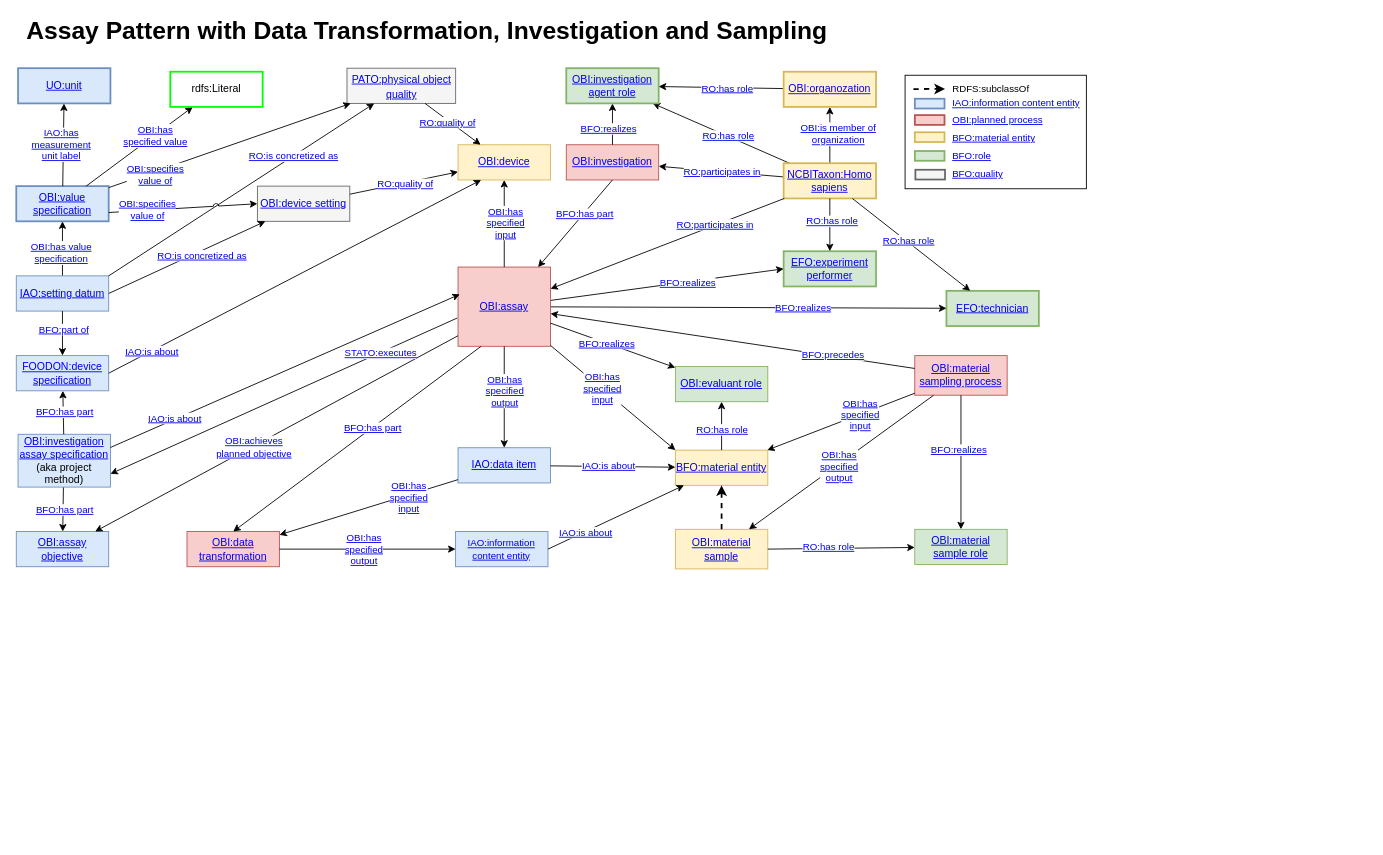
NFDI4Chem/VibrationalSpectroscopyOntology keeps this draw.io diagram as page "Extended Assay Pattern" (5 of 6) of docs/images/VIBSO_T-Box_graph_views.drawio. Above is the earlier version. Source tidied: cells renumbered, new cells numbered last; positions are measured from the earlier drawing's top-left corner, leaving out a move shared by most shapes. Both pictures are drawn from the tidied source at 88%, with x=0, y=0 at pixel (16, 17).
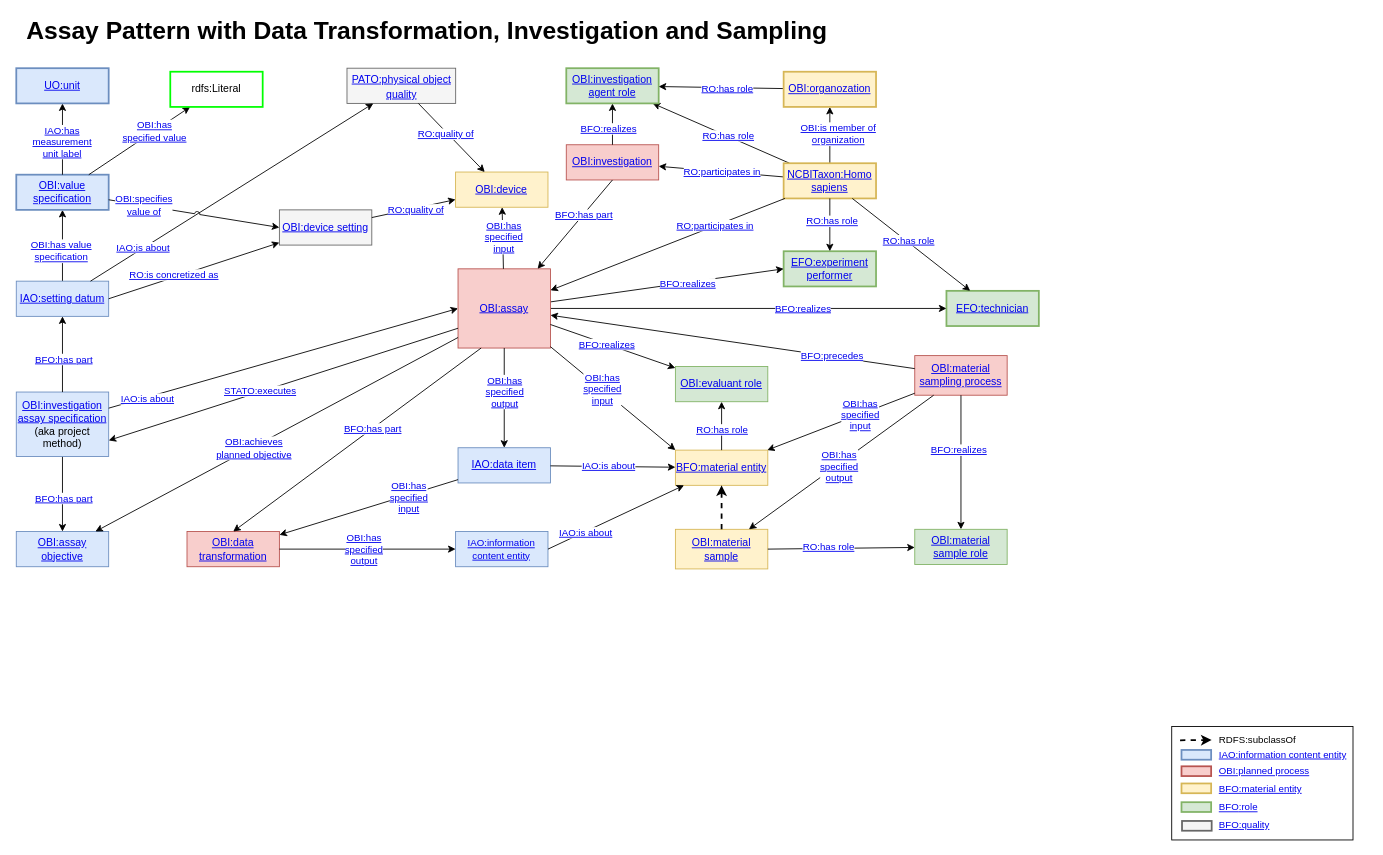
After the change.

The change refers to these unchanged cells:
```xml
<mxCell id="85" value="&lt;a href=&quot;https://terminology.nfdi4chem.de/ts/ontologies/pato/terms?iri=http%3A%2F%2Fpurl.obolibrary.org%2Fobo%2FPATO_0001241&quot;&gt;&lt;font style=&quot;font-size: 12px;&quot;&gt;PATO:physical object quality&lt;/font&gt;&lt;/a&gt;" style="rounded=0;whiteSpace=wrap;html=1;glass=0;fillColor=#f5f5f5;fontStyle=0;fontSize=14;shadow=0;strokeColor=#666666;strokeWidth=1;fontColor=#333333;fontFamily=Helvetica;" parent="1" vertex="1">
  <mxGeometry x="375.8" y="58" width="123.5" height="40" as="geometry" />
</mxCell>
<mxCell id="93" style="rounded=0;jettySize=auto;html=1;jumpStyle=arc;fontColor=#000000;strokeColor=#000000;" parent="1" edge="1" source="90" target="96">
  <mxGeometry relative="1" as="geometry" />
</mxCell>
<mxCell id="112" style="rounded=0;jettySize=auto;html=1;exitX=1;exitY=0.5;exitDx=0;exitDy=0;" parent="1" edge="1" source="54" target="51">
  <mxGeometry relative="1" as="geometry" />
</mxCell>
```

The edit, as a diff of the source:
```diff
@@
     <mxCell id="44" value="&lt;div&gt;&lt;a href=&quot;https://terminology.nfdi4chem.de/ts/ontologies/obi/terms?iri=http%3A%2F%2Fpurl.obolibrary.org%2Fobo%2FOBI_0000070&quot;&gt;OBI:assay&lt;/a&gt;&lt;/div&gt;" style="rounded=0;whiteSpace=wrap;html=1;fillColor=#f8cecc;strokeColor=#b85450;" parent="1" vertex="1">
-      <mxGeometry x="502" y="284" width="105" height="90" as="geometry" />
+      <mxGeometry x="502" y="286" width="105" height="90" as="geometry" />
     </mxCell>
@@
     <mxCell id="48" value="&lt;a href=&quot;https://terminology.nfdi4chem.de/ts/ontologies/obi/terms?iri=http%3A%2F%2Fpurl.obolibrary.org%2Fobo%2FOBI_0000968&quot;&gt;OBI:device&lt;/a&gt;" style="rounded=0;whiteSpace=wrap;html=1;fillColor=#fff2cc;strokeColor=#d6b656;" parent="1" vertex="1">
-      <mxGeometry x="502" y="145" width="105" height="40" as="geometry" />
+      <mxGeometry x="499.2" y="176" width="105" height="40" as="geometry" />
     </mxCell>
-    <mxCell id="49" style="rounded=0;jettySize=auto;html=1;jumpStyle=arc;strokeColor=#000000;fontColor=#000000;entryX=0.5;entryY=1;entryDx=0;entryDy=0;" parent="1" edge="1" source="44" target="48">
+    <mxCell id="49" style="rounded=0;jettySize=auto;html=1;jumpStyle=arc;strokeColor=#000000;fontColor=#000000;" parent="1" edge="1" source="44" target="48">
       <mxGeometry relative="1" as="geometry" />
     </mxCell>
@@
     <mxCell id="51" value="&lt;a href=&quot;https://terminology.nfdi4chem.de/ts/ontologies/obi/terms?iri=http%3A%2F%2Fpurl.obolibrary.org%2Fobo%2FOBI_0000654&quot;&gt;OBI:device setting&lt;/a&gt;" style="rounded=0;whiteSpace=wrap;html=1;fillColor=#f5f5f5;strokeColor=#666666;fontColor=#333333;" parent="1" vertex="1">
-      <mxGeometry x="274" y="192" width="105" height="40" as="geometry" />
+      <mxGeometry x="299" y="219" width="105" height="40" as="geometry" />
     </mxCell>
@@
     <mxCell id="54" value="&lt;div&gt;&lt;div&gt;&lt;a href=&quot;https://terminology.nfdi4chem.de/ts/ontologies/vibso/terms?iri=http%3A%2F%2Fpurl.obolibrary.org%2Fobo%2FIAO_0000140&quot;&gt;IAO:setting datum&lt;/a&gt;&lt;br&gt;&lt;/div&gt;&lt;/div&gt;" style="rounded=0;whiteSpace=wrap;html=1;fillColor=#dae8fc;strokeColor=#6c8ebf;arcSize=15;glass=0;shadow=0;" parent="1" vertex="1">
-      <mxGeometry y="294" width="105" height="40" as="geometry" />
+      <mxGeometry y="300" width="105" height="40" as="geometry" />
     </mxCell>
@@
     <mxCell id="69" value="&lt;div&gt;&lt;a href=&quot;https://terminology.nfdi4chem.de/ts/ontologies/obi/terms?iri=http%3A%2F%2Fpurl.obolibrary.org%2Fobo%2FOBI_0001896&quot;&gt;OBI:investigation&lt;/a&gt;&lt;/div&gt;&lt;div&gt;&lt;a href=&quot;https://terminology.nfdi4chem.de/ts/ontologies/obi/terms?iri=http%3A%2F%2Fpurl.obolibrary.org%2Fobo%2FOBI_0001896&quot;&gt;assay specification&lt;/a&gt;&lt;/div&gt;&lt;div&gt;(aka project method)&lt;/div&gt;" style="rounded=0;whiteSpace=wrap;html=1;fillColor=#dae8fc;strokeColor=#6c8ebf;" parent="1" vertex="1">
-      <mxGeometry x="2" y="474" width="105" height="60" as="geometry" />
+      <mxGeometry y="426" width="105" height="73.3" as="geometry" />
     </mxCell>
-    <mxCell id="70" style="rounded=0;jettySize=auto;html=1;exitX=1;exitY=0.25;exitDx=0;exitDy=0;entryX=0.019;entryY=0.344;entryDx=0;entryDy=0;entryPerimeter=0;" parent="1" edge="1" source="69" target="44">
+    <mxCell id="70" style="rounded=0;jettySize=auto;html=1;exitX=1;exitY=0.25;exitDx=0;exitDy=0;entryX=0;entryY=0.5;entryDx=0;entryDy=0;" parent="1" edge="1" source="69" target="44">
       <mxGeometry relative="1" as="geometry" />
     </mxCell>
     <mxCell id="71" value="&lt;div&gt;&lt;a href=&quot;https://terminology.nfdi4chem.de/ts/ontologies/iao/props?iri=http%3A%2F%2Fpurl.obolibrary.org%2Fobo%2FIAO_0000136&quot;&gt;IAO:is about&lt;/a&gt;&lt;/div&gt;" style="edgeLabel;html=1;align=center;verticalAlign=middle;" parent="70" vertex="1">
-      <mxGeometry x="-0.63" y="1" relative="1" as="geometry" />
+      <mxGeometry x="-0.63" y="1" relative="1" as="geometry">
+        <mxPoint x="-29" y="11" as="offset" />
+      </mxGeometry>
     </mxCell>
@@
-    <mxCell id="80" style="rounded=0;jettySize=auto;html=1;jumpStyle=arc;fontColor=#000000;strokeColor=#000000;" parent="1" edge="1" source="69" target="84">
-      <mxGeometry relative="1" as="geometry" />
-    </mxCell>
-    <mxCell id="81" value="&lt;div&gt;&lt;a href=&quot;https://terminology.nfdi4chem.de/ts/ontologies/ro/props?iri=http%3A%2F%2Fpurl.obolibrary.org%2Fobo%2FBFO_0000051&quot;&gt;BFO:has part&lt;/a&gt;&lt;/div&gt;" style="edgeLabel;html=1;align=center;verticalAlign=middle;fontColor=#000000;" parent="80" vertex="1">
-      <mxGeometry x="-0.21" y="1" relative="1" as="geometry">
-        <mxPoint x="2" y="-6" as="offset" />
-      </mxGeometry>
-    </mxCell>
-    <mxCell id="82" style="rounded=0;jettySize=auto;html=1;strokeColor=#000000;fontColor=#000000;entryX=1;entryY=0.75;entryDx=0;entryDy=0;exitX=-0.01;exitY=0.644;exitDx=0;exitDy=0;exitPerimeter=0;" parent="1" edge="1" source="44" target="69">
+    <mxCell id="82" style="rounded=0;jettySize=auto;html=1;strokeColor=#000000;fontColor=#000000;entryX=1;entryY=0.75;entryDx=0;entryDy=0;exitX=0;exitY=0.75;exitDx=0;exitDy=0;" parent="1" edge="1" source="44" target="69">
       <mxGeometry relative="1" as="geometry" />
     </mxCell>
     <mxCell id="83" value="&lt;a href=&quot;https://terminology.tib.eu/ts/ontologies/ms/props?iri=http%3A%2F%2Fpurl.obolibrary.org%2Fobo%2FSTATO_0000102&quot;&gt;STATO:executes&lt;/a&gt;" style="edgeLabel;html=1;align=center;verticalAlign=middle;fontColor=#000000;" parent="82" vertex="1">
       <mxGeometry x="-0.23" y="-1" relative="1" as="geometry">
-        <mxPoint x="64" y="-28" as="offset" />
+        <mxPoint x="-72" y="23" as="offset" />
       </mxGeometry>
     </mxCell>
-    <mxCell id="84" value="&lt;a href=&quot;https://www.ebi.ac.uk/ols4/ontologies/foodon/classes/http%253A%252F%252Fpurl.obolibrary.org%252Fobo%252FFOODON_00004086&quot;&gt;&lt;span class=&quot;text-2xl mr-3&quot;&gt;FOODON:device specification&lt;/span&gt;&lt;/a&gt;" style="text;whiteSpace=wrap;html=1;fillColor=#dae8fc;strokeColor=#6c8ebf;align=center;verticalAlign=middle;" parent="1" vertex="1">
-      <mxGeometry y="384.6" width="105" height="40" as="geometry" />
-    </mxCell>
@@
-    <mxCell id="88" style="rounded=0;jettySize=auto;html=1;exitX=1;exitY=0;exitDx=0;exitDy=0;" parent="1" edge="1" source="54" target="85">
-      <mxGeometry relative="1" as="geometry" />
-    </mxCell>
-    <mxCell id="89" value="&lt;a href=&quot;https://terminology.nfdi4chem.de/ts/ontologies/ro/props?iri=http%3A%2F%2Fpurl.obolibrary.org%2Fobo%2FRO_0000058&quot;&gt;RO:is concretized as&lt;/a&gt;" style="edgeLabel;html=1;align=center;verticalAlign=middle;" parent="88" vertex="1">
-      <mxGeometry x="0.39" relative="1" as="geometry" />
-    </mxCell>
     <mxCell id="90" value="&lt;a href=&quot;https://terminology.nfdi4chem.de/ts/ontologies/obi/terms?iri=http%3A%2F%2Fpurl.obolibrary.org%2Fobo%2FOBI_0001933&quot;&gt;OBI:value specification&lt;/a&gt;" style="rounded=0;whiteSpace=wrap;html=1;fontSize=12;fontFamily=Helvetica;fillColor=#dae8fc;strokeColor=#6c8ebf;strokeWidth=2;" parent="1" vertex="1">
-      <mxGeometry y="192" width="105" height="40" as="geometry" />
+      <mxGeometry y="179" width="105" height="40" as="geometry" />
     </mxCell>
-    <mxCell id="91" style="rounded=0;jettySize=auto;html=1;jumpStyle=arc;exitX=1;exitY=0.75;exitDx=0;exitDy=0;entryX=0;entryY=0.5;entryDx=0;entryDy=0;" parent="1" edge="1" source="90" target="51">
-      <mxGeometry relative="1" as="geometry" />
-    </mxCell>
-    <mxCell id="92" value="&lt;div style=&quot;font-size: 11px;&quot;&gt;&lt;a href=&quot;https://terminology.nfdi4chem.de/ts/ontologies/obi/props?iri=http%3A%2F%2Fpurl.obolibrary.org%2Fobo%2FOBI_0001927&quot;&gt;&lt;font style=&quot;font-size: 11px;&quot;&gt;OBI:specifies&lt;/font&gt;&lt;/a&gt;&lt;/div&gt;&lt;div style=&quot;font-size: 11px;&quot;&gt;&lt;a href=&quot;https://terminology.nfdi4chem.de/ts/ontologies/obi/props?iri=http%3A%2F%2Fpurl.obolibrary.org%2Fobo%2FOBI_0001927&quot;&gt;&lt;font style=&quot;font-size: 11px;&quot;&gt;value of&lt;/font&gt;&lt;/a&gt;&lt;/div&gt;" style="edgeLabel;html=1;align=center;verticalAlign=middle;" parent="91" vertex="1">
-      <mxGeometry x="-0.56" y="1" relative="1" as="geometry">
-        <mxPoint x="7" as="offset" />
-      </mxGeometry>
-    </mxCell>
@@
     <mxCell id="95" value="&lt;div&gt;&lt;a href=&quot;https://terminology.nfdi4chem.de/ts/ontologies/iao/props?iri=http%3A%2F%2Fpurl.obolibrary.org%2Fobo%2FIAO_0000039&quot;&gt;IAO:has &lt;br&gt;measurement &lt;br&gt;&lt;/a&gt;&lt;div class=&quot;col-sm-8 col-md-9 node-metadata-value&quot;&gt;&lt;a href=&quot;https://terminology.nfdi4chem.de/ts/ontologies/iao/props?iri=http%3A%2F%2Fpurl.obolibrary.org%2Fobo%2FIAO_0000039&quot;&gt;unit label&lt;/a&gt;&lt;/div&gt;&lt;/div&gt;" style="edgeLabel;html=1;align=center;verticalAlign=middle;" parent="93" vertex="1">
       <mxGeometry x="-0.34" y="3" relative="1" as="geometry">
-        <mxPoint y="-16" as="offset" />
+        <mxPoint x="2" y="-11" as="offset" />
       </mxGeometry>
     </mxCell>
     <mxCell id="96" value="&lt;a href=&quot;https://terminology.nfdi4chem.de/ts/ontologies/uo/terms?iri=http%3A%2F%2Fpurl.obolibrary.org%2Fobo%2FUO_0000000&quot;&gt;UO:unit&lt;/a&gt;" style="rounded=0;whiteSpace=wrap;html=1;fontSize=12;fontFamily=Helvetica;fillColor=#dae8fc;strokeColor=#6c8ebf;strokeWidth=2;" parent="1" vertex="1">
-      <mxGeometry x="2" y="58" width="105" height="40" as="geometry" />
+      <mxGeometry y="58" width="105" height="40" as="geometry" />
     </mxCell>
@@
-    <mxCell id="108" style="rounded=0;jettySize=auto;html=1;jumpStyle=arc;" parent="1" edge="1" source="90" target="85">
-      <mxGeometry relative="1" as="geometry" />
-    </mxCell>
-    <mxCell id="109" value="&lt;div style=&quot;font-size: 11px;&quot;&gt;&lt;a href=&quot;https://terminology.nfdi4chem.de/ts/ontologies/obi/props?iri=http%3A%2F%2Fpurl.obolibrary.org%2Fobo%2FOBI_0001927&quot;&gt;&lt;font style=&quot;font-size: 11px;&quot;&gt;OBI:specifies&lt;/font&gt;&lt;/a&gt;&lt;/div&gt;&lt;div style=&quot;font-size: 11px;&quot;&gt;&lt;a href=&quot;https://terminology.nfdi4chem.de/ts/ontologies/obi/props?iri=http%3A%2F%2Fpurl.obolibrary.org%2Fobo%2FOBI_0001927&quot;&gt;&lt;font style=&quot;font-size: 11px;&quot;&gt;value of&lt;/font&gt;&lt;/a&gt;&lt;/div&gt;" style="edgeLabel;html=1;align=center;verticalAlign=middle;" parent="108" vertex="1">
-      <mxGeometry x="-0.54" relative="1" as="geometry">
-        <mxPoint x="-11" y="7" as="offset" />
-      </mxGeometry>
-    </mxCell>
@@
     <mxCell id="113" value="&lt;a href=&quot;https://terminology.nfdi4chem.de/ts/ontologies/ro/props?iri=http%3A%2F%2Fpurl.obolibrary.org%2Fobo%2FRO_0000058&quot;&gt;RO:is concretized as&lt;/a&gt;" style="edgeLabel;html=1;align=center;verticalAlign=middle;" parent="112" vertex="1">
       <mxGeometry x="-0.24" relative="1" as="geometry">
-        <mxPoint x="38" y="-13" as="offset" />
+        <mxPoint x="-1" y="-3" as="offset" />
       </mxGeometry>
     </mxCell>
-    <mxCell id="114" style="rounded=0;jettySize=auto;html=1;exitX=1;exitY=0.5;exitDx=0;exitDy=0;entryX=0.25;entryY=1;entryDx=0;entryDy=0;" parent="1" edge="1" source="84" target="48">
-      <mxGeometry relative="1" as="geometry" />
-    </mxCell>
-    <mxCell id="115" value="&lt;div&gt;&lt;a href=&quot;https://terminology.nfdi4chem.de/ts/ontologies/iao/props?iri=http%3A%2F%2Fpurl.obolibrary.org%2Fobo%2FIAO_0000136&quot;&gt;IAO:is about&lt;/a&gt;&lt;/div&gt;" style="edgeLabel;html=1;align=center;verticalAlign=middle;" parent="114" vertex="1">
-      <mxGeometry x="-0.77" relative="1" as="geometry" />
-    </mxCell>
@@
     <mxCell id="117" style="group;" parent="1" vertex="1">
-      <mxGeometry x="1010" y="62" width="224" height="133" as="geometry" />
+      <mxGeometry x="1313" y="802" width="224" height="133" as="geometry" />
     </mxCell>
@@
-    <mxCell id="131" style="rounded=0;jettySize=auto;html=1;" parent="1" edge="1" source="54" target="84">
-      <mxGeometry relative="1" as="geometry" />
-    </mxCell>
-    <mxCell id="132" value="&lt;a href=&quot;https://terminology.nfdi4chem.de/ts/ontologies/ro/props?iri=http%3A%2F%2Fpurl.obolibrary.org%2Fobo%2FBFO_0000050&quot;&gt;BFO:part of&lt;/a&gt;" style="edgeLabel;html=1;align=center;verticalAlign=middle;" parent="131" vertex="1">
-      <mxGeometry x="-0.44" y="-3" relative="1" as="geometry">
-        <mxPoint x="4" y="6" as="offset" />
-      </mxGeometry>
-    </mxCell>
+    <mxCell id="88" style="rounded=0;jettySize=auto;html=1;" parent="1" edge="1" source="54" target="85">
+      <mxGeometry relative="1" as="geometry" />
+    </mxCell>
+    <mxCell id="115" value="&lt;div&gt;&lt;a href=&quot;https://terminology.nfdi4chem.de/ts/ontologies/iao/props?iri=http%3A%2F%2Fpurl.obolibrary.org%2Fobo%2FIAO_0000136&quot;&gt;IAO:is about&lt;/a&gt;&lt;/div&gt;" style="edgeLabel;html=1;align=center;verticalAlign=middle;" parent="88" vertex="1">
+      <mxGeometry x="-0.63" y="1" relative="1" as="geometry" />
+    </mxCell>
+    <mxCell id="133" style="rounded=0;jettySize=auto;html=1;jumpStyle=arc;fontColor=#000000;strokeColor=#000000;exitX=0.5;exitY=0;exitDx=0;exitDy=0;" parent="1" edge="1" source="69" target="54">
+      <mxGeometry relative="1" as="geometry" />
+    </mxCell>
+    <mxCell id="81" value="&lt;div&gt;&lt;a href=&quot;https://terminology.nfdi4chem.de/ts/ontologies/ro/props?iri=http%3A%2F%2Fpurl.obolibrary.org%2Fobo%2FBFO_0000051&quot;&gt;BFO:has part&lt;/a&gt;&lt;/div&gt;" style="edgeLabel;html=1;align=center;verticalAlign=middle;fontColor=#000000;" parent="133" vertex="1">
+      <mxGeometry x="-0.21" y="1" relative="1" as="geometry">
+        <mxPoint x="2" y="-4" as="offset" />
+      </mxGeometry>
+    </mxCell>
+    <mxCell id="91" style="rounded=0;jettySize=auto;html=1;jumpStyle=arc;entryX=0;entryY=0.5;entryDx=0;entryDy=0;" parent="1" edge="1" source="90" target="51">
+      <mxGeometry relative="1" as="geometry" />
+    </mxCell>
+    <mxCell id="92" value="&lt;div style=&quot;font-size: 11px;&quot;&gt;&lt;a href=&quot;https://terminology.nfdi4chem.de/ts/ontologies/obi/props?iri=http%3A%2F%2Fpurl.obolibrary.org%2Fobo%2FOBI_0001927&quot;&gt;&lt;font style=&quot;font-size: 11px;&quot;&gt;OBI:specifies&lt;/font&gt;&lt;/a&gt;&lt;/div&gt;&lt;div style=&quot;font-size: 11px;&quot;&gt;&lt;a href=&quot;https://terminology.nfdi4chem.de/ts/ontologies/obi/props?iri=http%3A%2F%2Fpurl.obolibrary.org%2Fobo%2FOBI_0001927&quot;&gt;&lt;font style=&quot;font-size: 11px;&quot;&gt;value of&lt;/font&gt;&lt;/a&gt;&lt;/div&gt;" style="edgeLabel;html=1;align=center;verticalAlign=middle;" parent="91" vertex="1">
+      <mxGeometry x="-0.56" y="1" relative="1" as="geometry">
+        <mxPoint x="-3" as="offset" />
+      </mxGeometry>
+    </mxCell>
```
